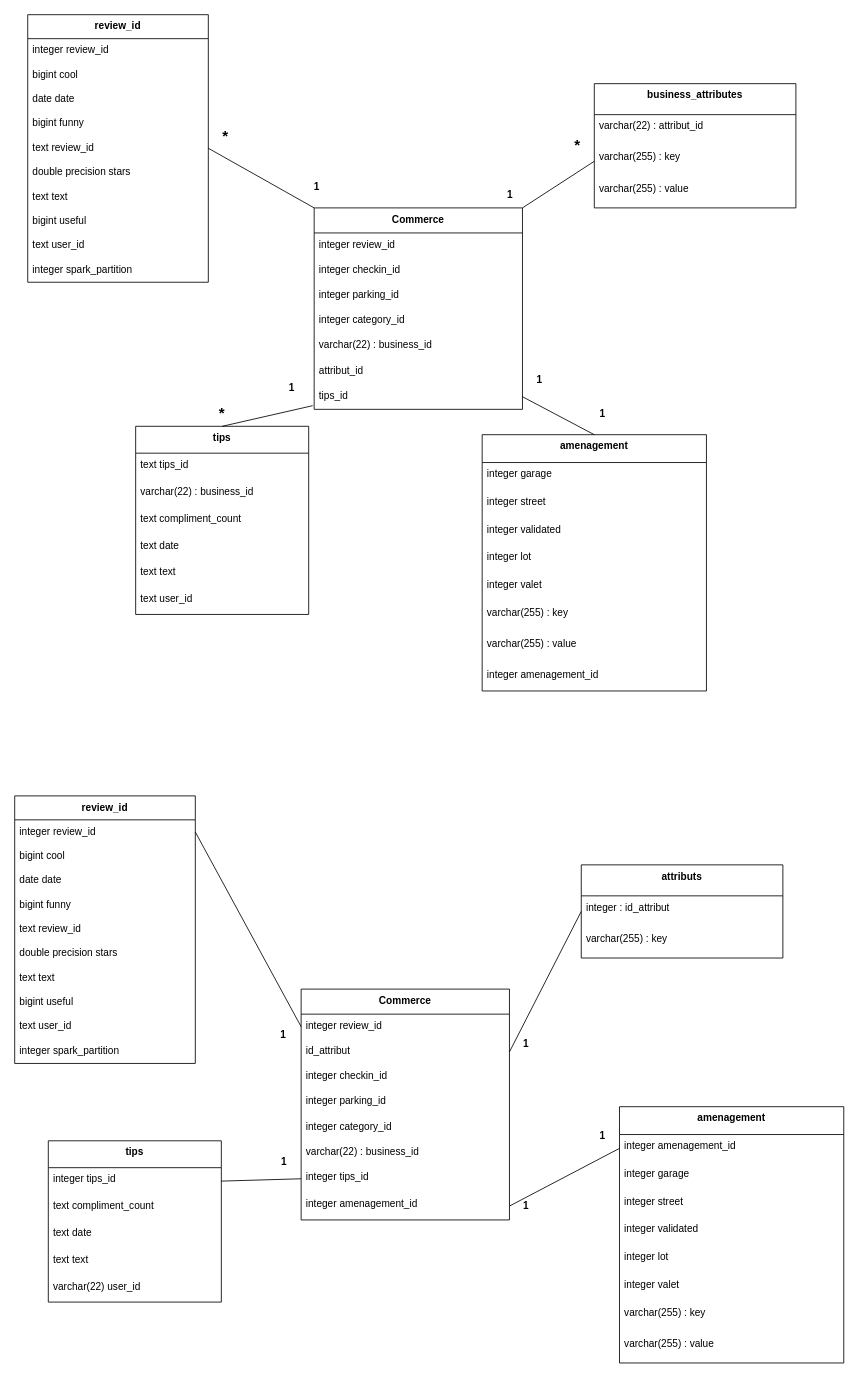
Maxime-Cllt/Argon keeps this draw.io diagram as diagramme/Kimball.drawio. Above is the earlier version. Source tidied: cells renumbered, new cells numbered last; positions are measured from the earlier drawing's top-left corner, leaving out a move shared by most shapes. Both pictures are drawn from the tidied source at 84%, with x=0, y=0 at pixel (14, 14).
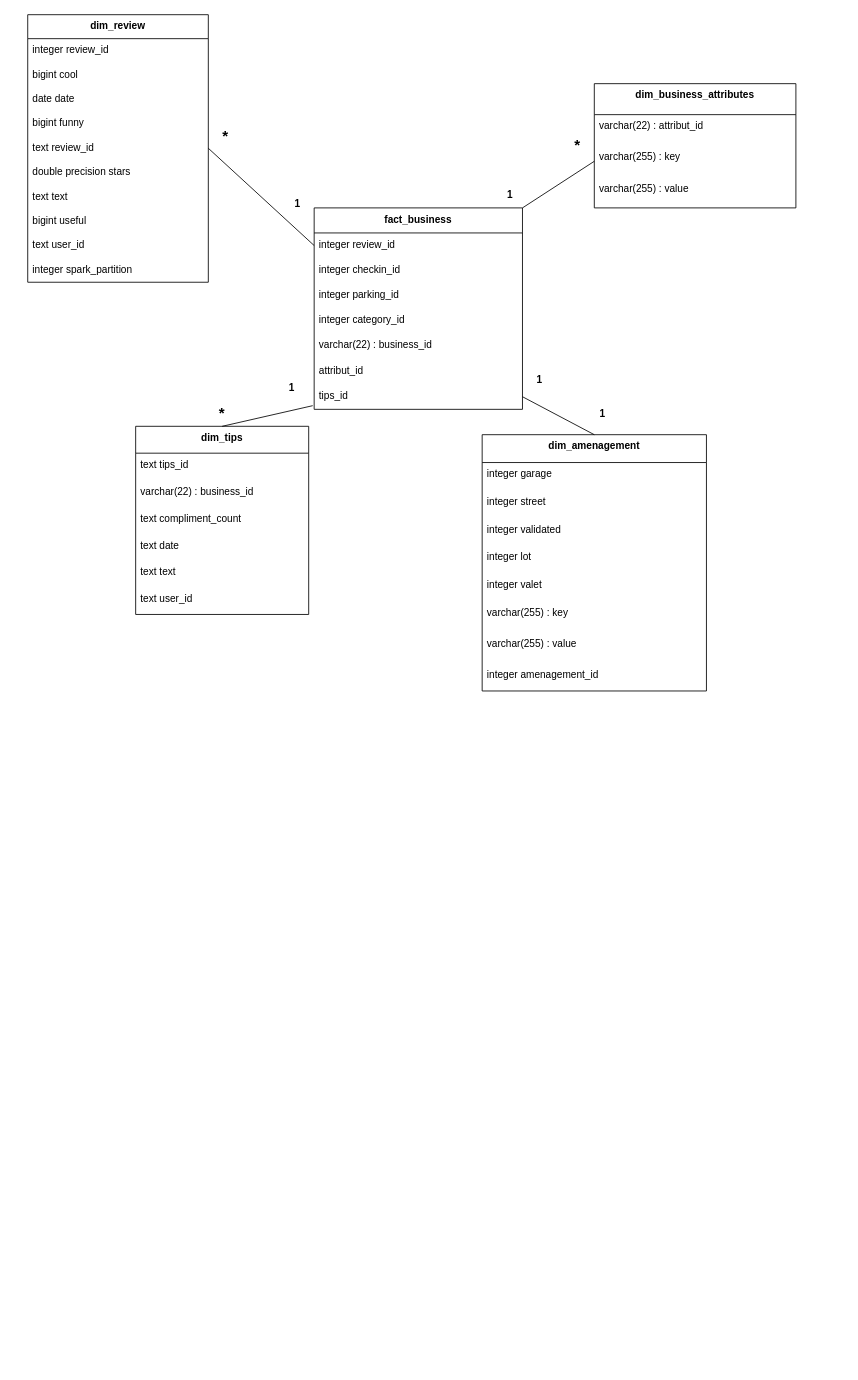
The same diagram, later.

Unchanged cells that the change refers to:
```xml
<mxCell id="10" value="integer review_id" style="text;strokeColor=none;fillColor=none;align=left;verticalAlign=top;spacingLeft=4;spacingRight=4;overflow=hidden;points=[[0,0.5],[1,0.5]];portConstraint=eastwest;" parent="9" vertex="1">
  <mxGeometry y="29.8" width="248" height="30" as="geometry" />
</mxCell>
<mxCell id="31" value="text review_id" style="text;strokeColor=none;fillColor=none;align=left;verticalAlign=top;spacingLeft=4;spacingRight=4;overflow=hidden;points=[[0,0.5],[1,0.5]];portConstraint=eastwest;" parent="26" vertex="1">
  <mxGeometry y="144.5" width="215" height="29" as="geometry" />
</mxCell>
```

What changed in the source:
```diff
@@
-    <mxCell id="2" value="tips" style="swimlane;fontStyle=1;align=center;verticalAlign=top;horizontal=1;startSize=32;" parent="1" vertex="1">
+    <mxCell id="2" value="dim_tips" style="swimlane;fontStyle=1;align=center;verticalAlign=top;horizontal=1;startSize=32;" parent="1" vertex="1">
       <mxGeometry x="144" y="490" width="206" height="224" as="geometry" />
     </mxCell>
@@
-    <mxCell id="9" value="Commerce" style="swimlane;fontStyle=1;align=center;verticalAlign=top;horizontal=1;startSize=29.818181818181817;" parent="1" vertex="1">
+    <mxCell id="9" value="fact_business" style="swimlane;fontStyle=1;align=center;verticalAlign=top;horizontal=1;startSize=29.818181818181817;" parent="1" vertex="1">
       <mxGeometry x="356.5" y="230" width="248" height="239.8" as="geometry" />
     </mxCell>
@@
-    <mxCell id="17" value="amenagement" style="swimlane;fontStyle=1;align=center;verticalAlign=top;horizontal=1;startSize=33.142857142857146;" parent="1" vertex="1">
+    <mxCell id="17" value="dim_amenagement" style="swimlane;fontStyle=1;align=center;verticalAlign=top;horizontal=1;startSize=33.142857142857146;" parent="1" vertex="1">
       <mxGeometry x="556.5" y="500" width="267" height="305.1" as="geometry" />
     </mxCell>
@@
-    <mxCell id="26" value="review_id&#10;" style="swimlane;fontStyle=1;align=center;verticalAlign=top;horizontal=1;startSize=28.52173913043478;" parent="1" vertex="1">
+    <mxCell id="26" value="dim_review&#10;" style="swimlane;fontStyle=1;align=center;verticalAlign=top;horizontal=1;startSize=28.52173913043478;" parent="1" vertex="1">
       <mxGeometry x="15.5" width="215" height="318.5" as="geometry" />
     </mxCell>
@@
-    <mxCell id="37" value="business_attributes" style="swimlane;fontStyle=1;align=center;verticalAlign=top;horizontal=1;startSize=36.888888888888886;" parent="1" vertex="1">
+    <mxCell id="37" value="dim_business_attributes" style="swimlane;fontStyle=1;align=center;verticalAlign=top;horizontal=1;startSize=36.888888888888886;" parent="1" vertex="1">
       <mxGeometry x="690" y="82.1" width="240" height="147.9" as="geometry" />
     </mxCell>
@@
-    <mxCell id="43" style="endArrow=none;html=1;rounded=0;exitX=1;exitY=0.5;exitDx=0;exitDy=0;entryX=0;entryY=0;entryDx=0;entryDy=0;" parent="1" edge="1" source="31" target="9">
+    <mxCell id="43" style="endArrow=none;html=1;rounded=0;exitX=1;exitY=0.5;exitDx=0;exitDy=0;entryX=0;entryY=0.5;entryDx=0;entryDy=0;" parent="1" edge="1" source="31" target="10">
       <mxGeometry relative="1" as="geometry" />
     </mxCell>
@@
     <mxCell id="51" value="1" style="text;html=1;align=center;verticalAlign=middle;whiteSpace=wrap;rounded=0;fontStyle=1;" parent="1" vertex="1">
-      <mxGeometry x="340" y="190" width="40" height="30" as="geometry" />
+      <mxGeometry x="316.5" y="210" width="40" height="30" as="geometry" />
     </mxCell>
@@
-    <mxCell id="53" value="tips" style="swimlane;fontStyle=1;align=center;verticalAlign=top;horizontal=1;startSize=32;" parent="1" vertex="1">
-      <mxGeometry x="40" y="1340.6" width="206" height="192" as="geometry" />
-    </mxCell>
-    <mxCell id="54" value="integer tips_id" style="text;strokeColor=none;fillColor=none;align=left;verticalAlign=top;spacingLeft=4;spacingRight=4;overflow=hidden;points=[[0,0.5],[1,0.5]];portConstraint=eastwest;" parent="53" vertex="1">
-      <mxGeometry y="32" width="206" height="32" as="geometry" />
-    </mxCell>
-    <mxCell id="55" value="text compliment_count" style="text;strokeColor=none;fillColor=none;align=left;verticalAlign=top;spacingLeft=4;spacingRight=4;overflow=hidden;" parent="53" vertex="1">
-      <mxGeometry y="64" width="206" height="32" as="geometry" />
-    </mxCell>
-    <mxCell id="56" value="text date" style="text;strokeColor=none;fillColor=none;align=left;verticalAlign=top;spacingLeft=4;spacingRight=4;overflow=hidden;" parent="53" vertex="1">
-      <mxGeometry y="96" width="206" height="32" as="geometry" />
-    </mxCell>
-    <mxCell id="57" value="text text" style="text;strokeColor=none;fillColor=none;align=left;verticalAlign=top;spacingLeft=4;spacingRight=4;overflow=hidden;" parent="53" vertex="1">
-      <mxGeometry y="128" width="206" height="32" as="geometry" />
-    </mxCell>
-    <mxCell id="58" value="varchar(22) user_id" style="text;strokeColor=none;fillColor=none;align=left;verticalAlign=top;spacingLeft=4;spacingRight=4;overflow=hidden;" parent="53" vertex="1">
-      <mxGeometry y="160" width="206" height="32" as="geometry" />
-    </mxCell>
-    <mxCell id="59" value="Commerce" style="swimlane;fontStyle=1;align=center;verticalAlign=top;horizontal=1;startSize=29.818181818181817;" parent="1" vertex="1">
-      <mxGeometry x="341" y="1160" width="248" height="274.8" as="geometry" />
-    </mxCell>
-    <mxCell id="60" value="integer review_id" style="text;strokeColor=none;fillColor=none;align=left;verticalAlign=top;spacingLeft=4;spacingRight=4;overflow=hidden;points=[[0,0.5],[1,0.5]];portConstraint=eastwest;" parent="59" vertex="1">
-      <mxGeometry y="29.8" width="248" height="30" as="geometry" />
-    </mxCell>
-    <mxCell id="61" value="id_attribut" style="text;strokeColor=none;fillColor=none;align=left;verticalAlign=top;spacingLeft=4;spacingRight=4;overflow=hidden;points=[[0,0.5],[1,0.5]];portConstraint=eastwest;" parent="59" vertex="1">
-      <mxGeometry y="59.8" width="248" height="30" as="geometry" />
-    </mxCell>
-    <mxCell id="62" value="integer checkin_id" style="text;strokeColor=none;fillColor=none;align=left;verticalAlign=top;spacingLeft=4;spacingRight=4;overflow=hidden;" parent="59" vertex="1">
-      <mxGeometry y="89.8" width="248" height="30" as="geometry" />
-    </mxCell>
-    <mxCell id="63" value="integer parking_id" style="text;strokeColor=none;fillColor=none;align=left;verticalAlign=top;spacingLeft=4;spacingRight=4;overflow=hidden;" parent="59" vertex="1">
-      <mxGeometry y="119.8" width="248" height="30" as="geometry" />
-    </mxCell>
-    <mxCell id="64" value="integer category_id" style="text;strokeColor=none;fillColor=none;align=left;verticalAlign=top;spacingLeft=4;spacingRight=4;overflow=hidden;" parent="59" vertex="1">
-      <mxGeometry y="149.8" width="248" height="30" as="geometry" />
-    </mxCell>
-    <mxCell id="65" value="varchar(22) : business_id" style="text;strokeColor=none;fillColor=none;align=left;verticalAlign=top;spacingLeft=4;spacingRight=4;overflow=hidden;" parent="59" vertex="1">
-      <mxGeometry y="179.8" width="248" height="30" as="geometry" />
-    </mxCell>
-    <mxCell id="66" value="integer tips_id" style="text;strokeColor=none;fillColor=none;align=left;verticalAlign=top;spacingLeft=4;spacingRight=4;overflow=hidden;points=[[0,0.5],[1,0.5]];portConstraint=eastwest;" parent="59" vertex="1">
-      <mxGeometry y="209.8" width="248" height="32" as="geometry" />
-    </mxCell>
-    <mxCell id="67" value="integer amenagement_id" style="text;strokeColor=none;fillColor=none;align=left;verticalAlign=top;spacingLeft=4;spacingRight=4;overflow=hidden;points=[[0,0.5],[1,0.5]];portConstraint=eastwest;" parent="59" vertex="1">
-      <mxGeometry y="241.8" width="248" height="33" as="geometry" />
-    </mxCell>
-    <mxCell id="68" value="amenagement" style="swimlane;fontStyle=1;align=center;verticalAlign=top;horizontal=1;startSize=33.142857142857146;" parent="1" vertex="1">
-      <mxGeometry x="720" y="1300" width="267" height="305.1" as="geometry" />
-    </mxCell>
-    <mxCell id="69" value="integer amenagement_id" style="text;strokeColor=none;fillColor=none;align=left;verticalAlign=top;spacingLeft=4;spacingRight=4;overflow=hidden;points=[[0,0.5],[1,0.5]];portConstraint=eastwest;" parent="68" vertex="1">
-      <mxGeometry y="33.1" width="267" height="33" as="geometry" />
-    </mxCell>
-    <mxCell id="70" value="integer garage" style="text;strokeColor=none;fillColor=none;align=left;verticalAlign=top;spacingLeft=4;spacingRight=4;overflow=hidden;" parent="68" vertex="1">
-      <mxGeometry y="66.1" width="267" height="33" as="geometry" />
-    </mxCell>
-    <mxCell id="71" value="integer street" style="text;strokeColor=none;fillColor=none;align=left;verticalAlign=top;spacingLeft=4;spacingRight=4;overflow=hidden;" parent="68" vertex="1">
-      <mxGeometry y="99.1" width="267" height="33" as="geometry" />
-    </mxCell>
-    <mxCell id="72" value="integer validated" style="text;strokeColor=none;fillColor=none;align=left;verticalAlign=top;spacingLeft=4;spacingRight=4;overflow=hidden;" parent="68" vertex="1">
-      <mxGeometry y="132.1" width="267" height="33" as="geometry" />
-    </mxCell>
-    <mxCell id="73" value="integer lot" style="text;strokeColor=none;fillColor=none;align=left;verticalAlign=top;spacingLeft=4;spacingRight=4;overflow=hidden;" parent="68" vertex="1">
-      <mxGeometry y="165.1" width="267" height="33" as="geometry" />
-    </mxCell>
-    <mxCell id="74" value="integer valet" style="text;strokeColor=none;fillColor=none;align=left;verticalAlign=top;spacingLeft=4;spacingRight=4;overflow=hidden;" parent="68" vertex="1">
-      <mxGeometry y="198.1" width="267" height="33" as="geometry" />
-    </mxCell>
-    <mxCell id="75" value="varchar(255) : key" style="text;strokeColor=none;fillColor=none;align=left;verticalAlign=top;spacingLeft=4;spacingRight=4;overflow=hidden;" parent="68" vertex="1">
-      <mxGeometry y="231.1" width="267" height="37" as="geometry" />
-    </mxCell>
-    <mxCell id="76" value="varchar(255) : value" style="text;strokeColor=none;fillColor=none;align=left;verticalAlign=top;spacingLeft=4;spacingRight=4;overflow=hidden;" parent="68" vertex="1">
-      <mxGeometry y="268.1" width="267" height="37" as="geometry" />
-    </mxCell>
-    <mxCell id="77" value="review_id&#10;" style="swimlane;fontStyle=1;align=center;verticalAlign=top;horizontal=1;startSize=28.52173913043478;" parent="1" vertex="1">
-      <mxGeometry y="930" width="215" height="318.5" as="geometry" />
-    </mxCell>
-    <mxCell id="78" value="integer review_id" style="text;strokeColor=none;fillColor=none;align=left;verticalAlign=top;spacingLeft=4;spacingRight=4;overflow=hidden;points=[[0,0.5],[1,0.5]];portConstraint=eastwest;" parent="77" vertex="1">
-      <mxGeometry y="28.5" width="215" height="29" as="geometry" />
-    </mxCell>
-    <mxCell id="79" value="bigint cool" style="text;strokeColor=none;fillColor=none;align=left;verticalAlign=top;spacingLeft=4;spacingRight=4;overflow=hidden;" parent="77" vertex="1">
-      <mxGeometry y="57.5" width="215" height="29" as="geometry" />
-    </mxCell>
-    <mxCell id="80" value="date date" style="text;strokeColor=none;fillColor=none;align=left;verticalAlign=top;spacingLeft=4;spacingRight=4;overflow=hidden;" parent="77" vertex="1">
-      <mxGeometry y="86.5" width="215" height="29" as="geometry" />
-    </mxCell>
-    <mxCell id="81" value="bigint funny" style="text;strokeColor=none;fillColor=none;align=left;verticalAlign=top;spacingLeft=4;spacingRight=4;overflow=hidden;" parent="77" vertex="1">
-      <mxGeometry y="115.5" width="215" height="29" as="geometry" />
-    </mxCell>
-    <mxCell id="82" value="text review_id" style="text;strokeColor=none;fillColor=none;align=left;verticalAlign=top;spacingLeft=4;spacingRight=4;overflow=hidden;" parent="77" vertex="1">
-      <mxGeometry y="144.5" width="215" height="29" as="geometry" />
-    </mxCell>
-    <mxCell id="83" value="double precision stars" style="text;strokeColor=none;fillColor=none;align=left;verticalAlign=top;spacingLeft=4;spacingRight=4;overflow=hidden;" parent="77" vertex="1">
-      <mxGeometry y="173.5" width="215" height="29" as="geometry" />
-    </mxCell>
-    <mxCell id="84" value="text text" style="text;strokeColor=none;fillColor=none;align=left;verticalAlign=top;spacingLeft=4;spacingRight=4;overflow=hidden;" parent="77" vertex="1">
-      <mxGeometry y="202.5" width="215" height="29" as="geometry" />
-    </mxCell>
-    <mxCell id="85" value="bigint useful" style="text;strokeColor=none;fillColor=none;align=left;verticalAlign=top;spacingLeft=4;spacingRight=4;overflow=hidden;" parent="77" vertex="1">
-      <mxGeometry y="231.5" width="215" height="29" as="geometry" />
-    </mxCell>
-    <mxCell id="86" value="text user_id" style="text;strokeColor=none;fillColor=none;align=left;verticalAlign=top;spacingLeft=4;spacingRight=4;overflow=hidden;" parent="77" vertex="1">
-      <mxGeometry y="260.5" width="215" height="29" as="geometry" />
-    </mxCell>
-    <mxCell id="87" value="integer spark_partition" style="text;strokeColor=none;fillColor=none;align=left;verticalAlign=top;spacingLeft=4;spacingRight=4;overflow=hidden;" parent="77" vertex="1">
-      <mxGeometry y="289.5" width="215" height="29" as="geometry" />
-    </mxCell>
-    <mxCell id="88" value="attributs" style="swimlane;fontStyle=1;align=center;verticalAlign=top;horizontal=1;startSize=36.888888888888886;" parent="1" vertex="1">
-      <mxGeometry x="674.5" y="1012.1" width="240" height="110.9" as="geometry" />
-    </mxCell>
-    <mxCell id="89" value="integer : id_attribut" style="text;strokeColor=none;fillColor=none;align=left;verticalAlign=top;spacingLeft=4;spacingRight=4;overflow=hidden;points=[[0,0.5],[1,0.5]];portConstraint=eastwest;" parent="88" vertex="1">
-      <mxGeometry y="36.9" width="240" height="37" as="geometry" />
-    </mxCell>
-    <mxCell id="90" value="varchar(255) : key" style="text;strokeColor=none;fillColor=none;align=left;verticalAlign=top;spacingLeft=4;spacingRight=4;overflow=hidden;" parent="88" vertex="1">
-      <mxGeometry y="73.9" width="240" height="37" as="geometry" />
-    </mxCell>
-    <mxCell id="91" style="endArrow=none;html=1;rounded=0;exitX=1;exitY=0.5;exitDx=0;exitDy=0;entryX=0;entryY=0.5;entryDx=0;entryDy=0;" parent="1" edge="1" source="61" target="89">
-      <mxGeometry relative="1" as="geometry" />
-    </mxCell>
-    <mxCell id="92" style="endArrow=none;html=1;rounded=0;exitX=0;exitY=0.5;exitDx=0;exitDy=0;entryX=1;entryY=0.5;entryDx=0;entryDy=0;" parent="1" edge="1" source="66" target="54">
-      <mxGeometry relative="1" as="geometry" />
-    </mxCell>
-    <mxCell id="93" style="endArrow=none;html=1;rounded=0;exitX=1;exitY=0.5;exitDx=0;exitDy=0;entryX=0;entryY=0.5;entryDx=0;entryDy=0;" parent="1" edge="1" source="78" target="60">
-      <mxGeometry relative="1" as="geometry" />
-    </mxCell>
-    <mxCell id="94" style="endArrow=none;html=1;rounded=0;exitX=0;exitY=0.5;exitDx=0;exitDy=0;entryX=1;entryY=0.5;entryDx=0;entryDy=0;" parent="1" edge="1" source="69" target="67">
-      <mxGeometry relative="1" as="geometry" />
-    </mxCell>
-    <mxCell id="95" value="1" style="text;html=1;align=center;verticalAlign=middle;whiteSpace=wrap;rounded=0;fontStyle=1;" parent="1" vertex="1">
-      <mxGeometry x="589" y="1402.8" width="40" height="30" as="geometry" />
-    </mxCell>
-    <mxCell id="96" value="1" style="text;html=1;align=center;verticalAlign=middle;whiteSpace=wrap;rounded=0;fontStyle=1;" parent="1" vertex="1">
-      <mxGeometry x="680" y="1320" width="40" height="30" as="geometry" />
-    </mxCell>
-    <mxCell id="97" value="1" style="text;html=1;align=center;verticalAlign=middle;whiteSpace=wrap;rounded=0;fontStyle=1;" parent="1" vertex="1">
-      <mxGeometry x="301" y="1351.1" width="40" height="30" as="geometry" />
-    </mxCell>
-    <mxCell id="98" value="1" style="text;html=1;align=center;verticalAlign=middle;whiteSpace=wrap;rounded=0;fontStyle=1;" parent="1" vertex="1">
-      <mxGeometry x="300" y="1200" width="40" height="30" as="geometry" />
-    </mxCell>
-    <mxCell id="99" value="1" style="text;html=1;align=center;verticalAlign=middle;whiteSpace=wrap;rounded=0;fontStyle=1;" parent="1" vertex="1">
-      <mxGeometry x="589" y="1210" width="40" height="30" as="geometry" />
-    </mxCell>
```
